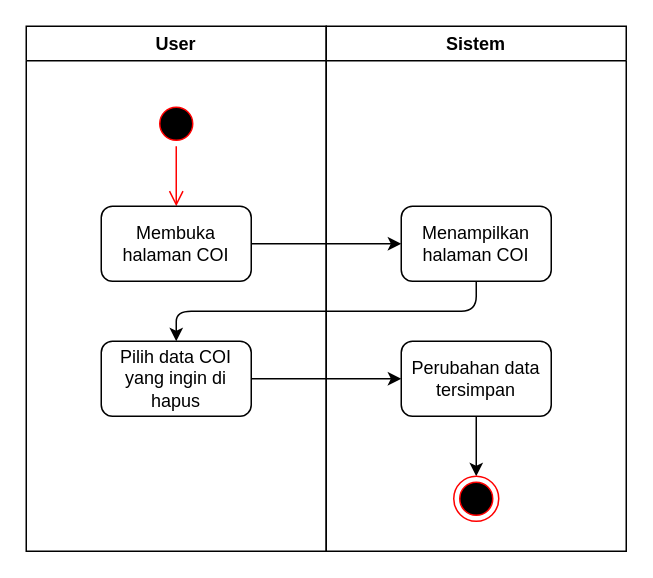
rismanrhz/idms keeps this draw.io diagram as COI/hapusCOI.drawio. Above is the earlier version. Source tidied: cells renumbered, new cells numbered last; positions are measured from the earlier drawing's top-left corner, leaving out a move shared by most shapes. Both pictures are drawn from the tidied source at 150%, with x=0, y=0 at pixel (26, 26).
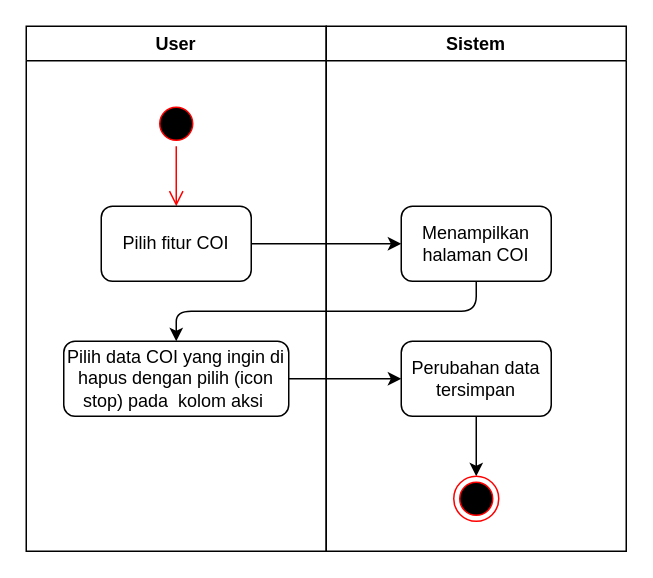
After the change.

Change to the diagram source:
```diff
@@
 <mxGraphModel>
   <root>
     <mxCell id="0" />
     <mxCell id="1" parent="0" />
     <mxCell id="2" value="User" style="swimlane;whiteSpace=wrap;html=1;" parent="1" vertex="1">
       <mxGeometry width="200" height="350" as="geometry" />
     </mxCell>
     <mxCell id="3" style="ellipse;html=1;shape=startState;fillColor=#000000;strokeColor=#ff0000;" parent="2" vertex="1">
       <mxGeometry x="85" y="50" width="30" height="30" as="geometry" />
     </mxCell>
     <mxCell id="4" style="edgeStyle=orthogonalEdgeStyle;html=1;verticalAlign=bottom;endArrow=open;endSize=8;strokeColor=#ff0000;entryX=0.5;entryY=0;entryDx=0;entryDy=0;" parent="2" edge="1" source="3" target="5">
       <mxGeometry relative="1" as="geometry" />
     </mxCell>
-    <mxCell id="5" value="Membuka halaman COI" style="rounded=1;whiteSpace=wrap;html=1;" parent="2" vertex="1">
+    <mxCell id="5" value="Pilih fitur COI" style="rounded=1;whiteSpace=wrap;html=1;" parent="2" vertex="1">
       <mxGeometry x="50" y="120" width="100" height="50" as="geometry" />
     </mxCell>
-    <mxCell id="6" value="&lt;span style=&quot;color: rgb(0, 0, 0);&quot;&gt;Pilih data COI yang ingin di hapus&lt;/span&gt;" style="rounded=1;whiteSpace=wrap;html=1;" parent="2" vertex="1">
-      <mxGeometry x="50" y="210" width="100" height="50" as="geometry" />
+    <mxCell id="6" value="&lt;span style=&quot;color: rgb(0, 0, 0);&quot;&gt;Pilih data COI yang ingin di hapus dengan pilih (icon stop) pada&amp;nbsp; kolom aksi&amp;nbsp;&lt;/span&gt;" style="rounded=1;whiteSpace=wrap;html=1;" parent="2" vertex="1">
+      <mxGeometry x="25" y="210" width="150" height="50" as="geometry" />
     </mxCell>
     <mxCell id="7" value="Sistem" style="swimlane;whiteSpace=wrap;html=1;" parent="1" vertex="1">
       <mxGeometry x="200" width="200" height="350" as="geometry" />
     </mxCell>
     <mxCell id="8" value="Menampilkan halaman COI" style="rounded=1;whiteSpace=wrap;html=1;" parent="7" vertex="1">
       <mxGeometry x="50" y="120" width="100" height="50" as="geometry" />
     </mxCell>
     <mxCell id="9" style="edgeStyle=none;html=1;" parent="7" edge="1" source="10" target="11">
       <mxGeometry relative="1" as="geometry" />
     </mxCell>
     <mxCell id="10" value="Perubahan data tersimpan" style="rounded=1;whiteSpace=wrap;html=1;" parent="7" vertex="1">
       <mxGeometry x="50" y="210" width="100" height="50" as="geometry" />
     </mxCell>
     <mxCell id="11" style="ellipse;html=1;shape=endState;fillColor=#000000;strokeColor=#ff0000;" parent="7" vertex="1">
       <mxGeometry x="85" y="300" width="30" height="30" as="geometry" />
     </mxCell>
     <mxCell id="12" style="edgeStyle=none;html=1;" parent="1" edge="1" source="5" target="8">
       <mxGeometry relative="1" as="geometry" />
     </mxCell>
     <mxCell id="13" style="edgeStyle=none;html=1;exitX=0.5;exitY=1;exitDx=0;exitDy=0;" parent="1" edge="1" source="8" target="6">
       <mxGeometry relative="1" as="geometry">
         <Array as="points">
           <mxPoint x="300" y="190" />
           <mxPoint x="100" y="190" />
         </Array>
       </mxGeometry>
     </mxCell>
     <mxCell id="14" style="edgeStyle=none;html=1;" parent="1" edge="1" source="6" target="10">
       <mxGeometry relative="1" as="geometry" />
     </mxCell>
   </root>
 </mxGraphModel>
```
